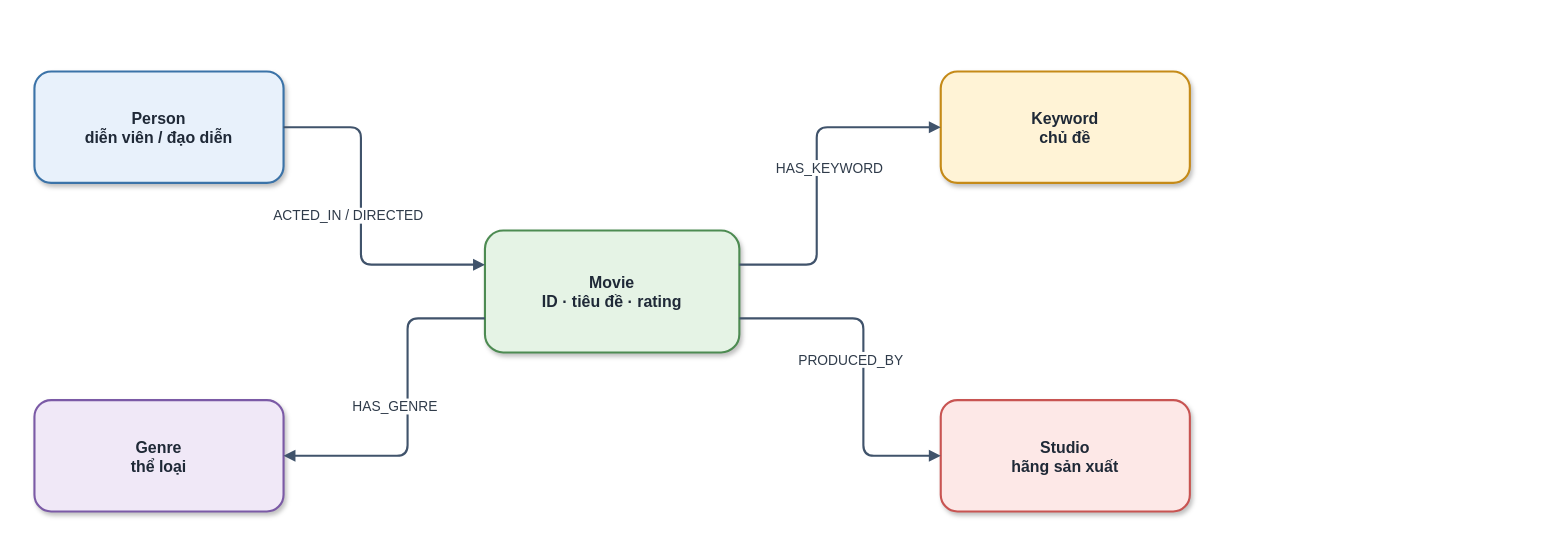
Before: report_latex/images/sources/movie_kg_overview.drawio in khanhhk/advanced_database, a draw.io diagram. Source tidied: cells renumbered, new cells numbered last; positions are measured from the earlier drawing's top-left corner, leaving out a move shared by most shapes. Both pictures are drawn from the tidied source at 106%, with x=0, y=0 at pixel (34, 71).
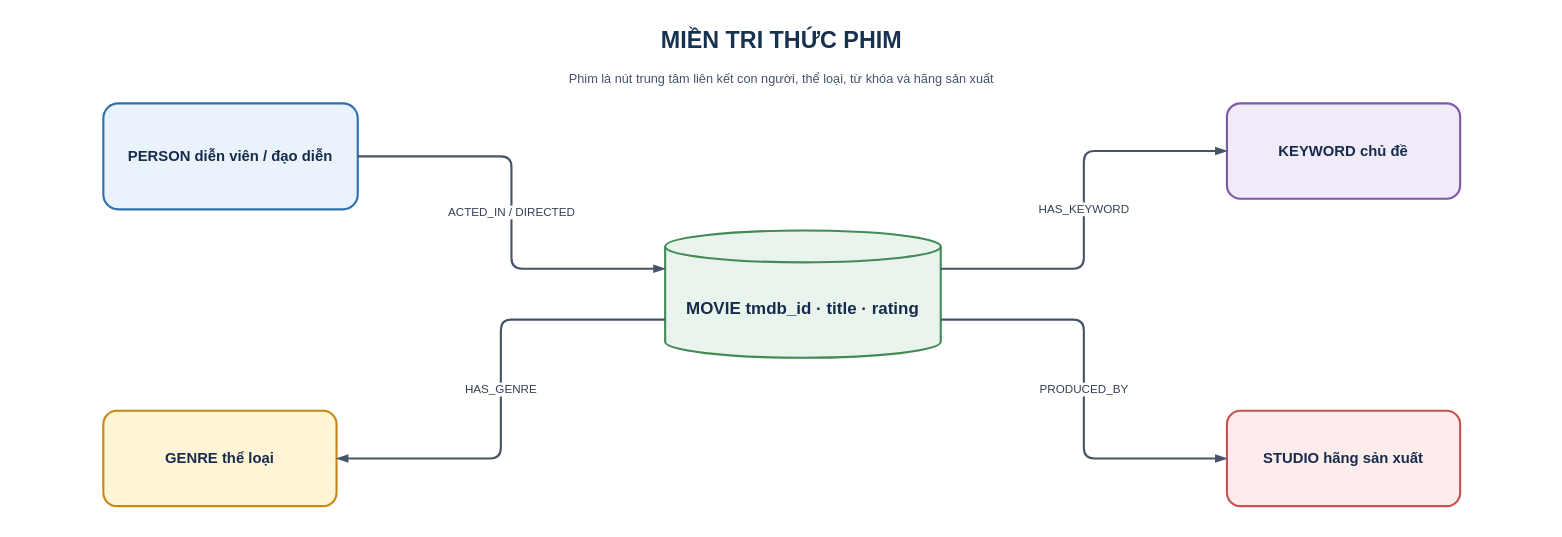
Above is the later version.

The edit, as a diff of the source:
```diff
@@
-<mxGraphModel>
+<mxGraphModel background="#FFFFFF">
   <root>
     <mxCell id="0" />
     <mxCell id="1" parent="0" />
+    <mxCell id="11" value="MIỀN TRI THỨC PHIM" style="text;html=1;whiteSpace=wrap;align=center;verticalAlign=middle;fontFamily=Helvetica;fontSize=22;fontColor=#16324F;fontStyle=1;" parent="1" vertex="1">
+      <mxGeometry x="-15" y="-50" width="1440" height="42" as="geometry" />
+    </mxCell>
+    <mxCell id="12" value="Phim là nút trung tâm liên kết con người, thể loại, từ khóa và hãng sản xuất" style="text;html=1;whiteSpace=wrap;align=center;verticalAlign=middle;fontFamily=Helvetica;fontSize=12;fontColor=#475467;" parent="1" vertex="1">
+      <mxGeometry x="-15" y="-8" width="1440" height="30" as="geometry" />
+    </mxCell>
-    <mxCell id="2" value="Movie&#10;ID · tiêu đề · rating" style="rounded=1;whiteSpace=wrap;html=1;fillColor=#E5F3E5;strokeColor=#4D8B52;strokeWidth=2;fontSize=15;fontColor=#1F2937;fontStyle=1;spacing=8;shadow=1;" parent="1" vertex="1">
-      <mxGeometry x="425" y="150" width="240" height="115" as="geometry" />
+    <mxCell id="2" value="MOVIE tmdb_id · title · rating" style="shape=cylinder3;boundedLbl=1;whiteSpace=wrap;html=1;align=center;verticalAlign=middle;spacing=8;fontFamily=Helvetica;fontSize=16;fontColor=#172B4D;fillColor=#E9F5EC;strokeColor=#438A57;strokeWidth=2;fontStyle=1;" parent="1" vertex="1">
+      <mxGeometry x="595" y="150" width="260" height="120" as="geometry" />
     </mxCell>
-    <mxCell id="3" value="Person&#10;diễn viên / đạo diễn" style="rounded=1;whiteSpace=wrap;html=1;fillColor=#E8F1FB;strokeColor=#3B73A8;strokeWidth=2;fontSize=15;fontColor=#1F2937;fontStyle=1;spacing=8;shadow=1;" parent="1" vertex="1">
-      <mxGeometry width="235" height="105" as="geometry" />
+    <mxCell id="3" value="PERSON diễn viên / đạo diễn" style="rounded=1;arcSize=14;whiteSpace=wrap;html=1;align=center;verticalAlign=middle;spacing=8;fontFamily=Helvetica;fontSize=14;fontColor=#172B4D;fillColor=#EAF2FB;strokeColor=#2F6FAE;strokeWidth=2;fontStyle=1;" parent="1" vertex="1">
+      <mxGeometry x="65" y="30" width="240" height="100" as="geometry" />
     </mxCell>
-    <mxCell id="4" value="Genre&#10;thể loại" style="rounded=1;whiteSpace=wrap;html=1;fillColor=#F0E8F7;strokeColor=#7B5AA6;strokeWidth=2;fontSize=15;fontColor=#1F2937;fontStyle=1;spacing=8;shadow=1;" parent="1" vertex="1">
-      <mxGeometry y="310" width="235" height="105" as="geometry" />
+    <mxCell id="4" value="GENRE thể loại" style="rounded=1;arcSize=14;whiteSpace=wrap;html=1;align=center;verticalAlign=middle;spacing=8;fontFamily=Helvetica;fontSize=14;fontColor=#172B4D;fillColor=#FFF4D6;strokeColor=#C58A16;strokeWidth=2;fontStyle=1;" parent="1" vertex="1">
+      <mxGeometry x="65" y="320" width="220" height="90" as="geometry" />
     </mxCell>
-    <mxCell id="5" value="Keyword&#10;chủ đề" style="rounded=1;whiteSpace=wrap;html=1;fillColor=#FFF3D6;strokeColor=#C58A18;strokeWidth=2;fontSize=15;fontColor=#1F2937;fontStyle=1;spacing=8;shadow=1;" parent="1" vertex="1">
-      <mxGeometry x="855" width="235" height="105" as="geometry" />
+    <mxCell id="5" value="KEYWORD chủ đề" style="rounded=1;arcSize=14;whiteSpace=wrap;html=1;align=center;verticalAlign=middle;spacing=8;fontFamily=Helvetica;fontSize=14;fontColor=#172B4D;fillColor=#F1EAF8;strokeColor=#7A5AA6;strokeWidth=2;fontStyle=1;" parent="1" vertex="1">
+      <mxGeometry x="1125" y="30" width="220" height="90" as="geometry" />
     </mxCell>
-    <mxCell id="6" value="Studio&#10;hãng sản xuất" style="rounded=1;whiteSpace=wrap;html=1;fillColor=#FDE8E7;strokeColor=#C85452;strokeWidth=2;fontSize=15;fontColor=#1F2937;fontStyle=1;spacing=8;shadow=1;" parent="1" vertex="1">
-      <mxGeometry x="855" y="310" width="235" height="105" as="geometry" />
+    <mxCell id="6" value="STUDIO hãng sản xuất" style="rounded=1;arcSize=14;whiteSpace=wrap;html=1;align=center;verticalAlign=middle;spacing=8;fontFamily=Helvetica;fontSize=14;fontColor=#172B4D;fillColor=#FDECEC;strokeColor=#C65353;strokeWidth=2;fontStyle=1;" parent="1" vertex="1">
+      <mxGeometry x="1125" y="320" width="220" height="90" as="geometry" />
     </mxCell>
-    <mxCell id="7" value="ACTED_IN / DIRECTED" style="edgeStyle=orthogonalEdgeStyle;rounded=1;jettySize=auto;html=1;endArrow=block;endFill=1;strokeColor=#40536B;strokeWidth=2;fontSize=13;fontColor=#2F3B4A;labelBackgroundColor=#FFFFFF;spacingBottom=8;exitX=1;exitY=0.5;exitDx=0;exitDy=0;entryX=0;entryY=0.28;entryDx=0;entryDy=0;" parent="1" edge="1" source="3" target="2">
-      <mxGeometry y="-12" relative="1" as="geometry">
-        <Array as="points">
-          <mxPoint x="308" y="52" />
-          <mxPoint x="308" y="182" />
-        </Array>
-      </mxGeometry>
+    <mxCell id="7" value="ACTED_IN / DIRECTED" style="edgeStyle=orthogonalEdgeStyle;rounded=1;jettySize=auto;html=1;strokeColor=#475467;strokeWidth=2;endArrow=blockThin;endFill=1;fontFamily=Helvetica;fontSize=11;fontColor=#344054;labelBackgroundColor=#FFFFFF;exitX=1;exitY=0.5;exitDx=0;exitDy=0;entryX=0;entryY=0.3;entryDx=0;entryDy=0;" parent="1" edge="1" source="3" target="2">
+      <mxGeometry relative="1" as="geometry" />
     </mxCell>
-    <mxCell id="8" value="HAS_GENRE" style="edgeStyle=orthogonalEdgeStyle;rounded=1;jettySize=auto;html=1;endArrow=block;endFill=1;strokeColor=#40536B;strokeWidth=2;fontSize=13;fontColor=#2F3B4A;labelBackgroundColor=#FFFFFF;spacingBottom=8;exitX=0;exitY=0.72;exitDx=0;exitDy=0;entryX=1;entryY=0.5;entryDx=0;entryDy=0;" parent="1" edge="1" source="2" target="4">
-      <mxGeometry y="-12" relative="1" as="geometry">
-        <Array as="points">
-          <mxPoint x="352" y="233" />
-          <mxPoint x="352" y="362" />
-        </Array>
-      </mxGeometry>
+    <mxCell id="8" value="HAS_GENRE" style="edgeStyle=orthogonalEdgeStyle;rounded=1;jettySize=auto;html=1;strokeColor=#475467;strokeWidth=2;endArrow=blockThin;endFill=1;fontFamily=Helvetica;fontSize=11;fontColor=#344054;labelBackgroundColor=#FFFFFF;exitX=0;exitY=0.7;exitDx=0;exitDy=0;entryX=1;entryY=0.5;entryDx=0;entryDy=0;" parent="1" edge="1" source="2" target="4">
+      <mxGeometry relative="1" as="geometry" />
     </mxCell>
-    <mxCell id="9" value="HAS_KEYWORD" style="edgeStyle=orthogonalEdgeStyle;rounded=1;jettySize=auto;html=1;endArrow=block;endFill=1;strokeColor=#40536B;strokeWidth=2;fontSize=13;fontColor=#2F3B4A;labelBackgroundColor=#FFFFFF;spacingBottom=8;exitX=1;exitY=0.28;exitDx=0;exitDy=0;entryX=0;entryY=0.5;entryDx=0;entryDy=0;" parent="1" edge="1" source="2" target="5">
-      <mxGeometry y="-12" relative="1" as="geometry">
-        <Array as="points">
-          <mxPoint x="738" y="182" />
-          <mxPoint x="738" y="52" />
-        </Array>
-      </mxGeometry>
+    <mxCell id="9" value="HAS_KEYWORD" style="edgeStyle=orthogonalEdgeStyle;rounded=1;jettySize=auto;html=1;strokeColor=#475467;strokeWidth=2;endArrow=blockThin;endFill=1;fontFamily=Helvetica;fontSize=11;fontColor=#344054;labelBackgroundColor=#FFFFFF;exitX=1;exitY=0.3;exitDx=0;exitDy=0;entryX=0;entryY=0.5;entryDx=0;entryDy=0;" parent="1" edge="1" source="2" target="5">
+      <mxGeometry relative="1" as="geometry" />
     </mxCell>
-    <mxCell id="10" value="PRODUCED_BY" style="edgeStyle=orthogonalEdgeStyle;rounded=1;jettySize=auto;html=1;endArrow=block;endFill=1;strokeColor=#40536B;strokeWidth=2;fontSize=13;fontColor=#2F3B4A;labelBackgroundColor=#FFFFFF;spacingBottom=8;exitX=1;exitY=0.72;exitDx=0;exitDy=0;entryX=0;entryY=0.5;entryDx=0;entryDy=0;" parent="1" edge="1" source="2" target="6">
-      <mxGeometry y="-12" relative="1" as="geometry">
-        <Array as="points">
-          <mxPoint x="782" y="233" />
-          <mxPoint x="782" y="362" />
-        </Array>
-      </mxGeometry>
+    <mxCell id="10" value="PRODUCED_BY" style="edgeStyle=orthogonalEdgeStyle;rounded=1;jettySize=auto;html=1;strokeColor=#475467;strokeWidth=2;endArrow=blockThin;endFill=1;fontFamily=Helvetica;fontSize=11;fontColor=#344054;labelBackgroundColor=#FFFFFF;exitX=1;exitY=0.7;exitDx=0;exitDy=0;entryX=0;entryY=0.5;entryDx=0;entryDy=0;" parent="1" edge="1" source="2" target="6">
+      <mxGeometry relative="1" as="geometry" />
     </mxCell>
   </root>
 </mxGraphModel>
```
